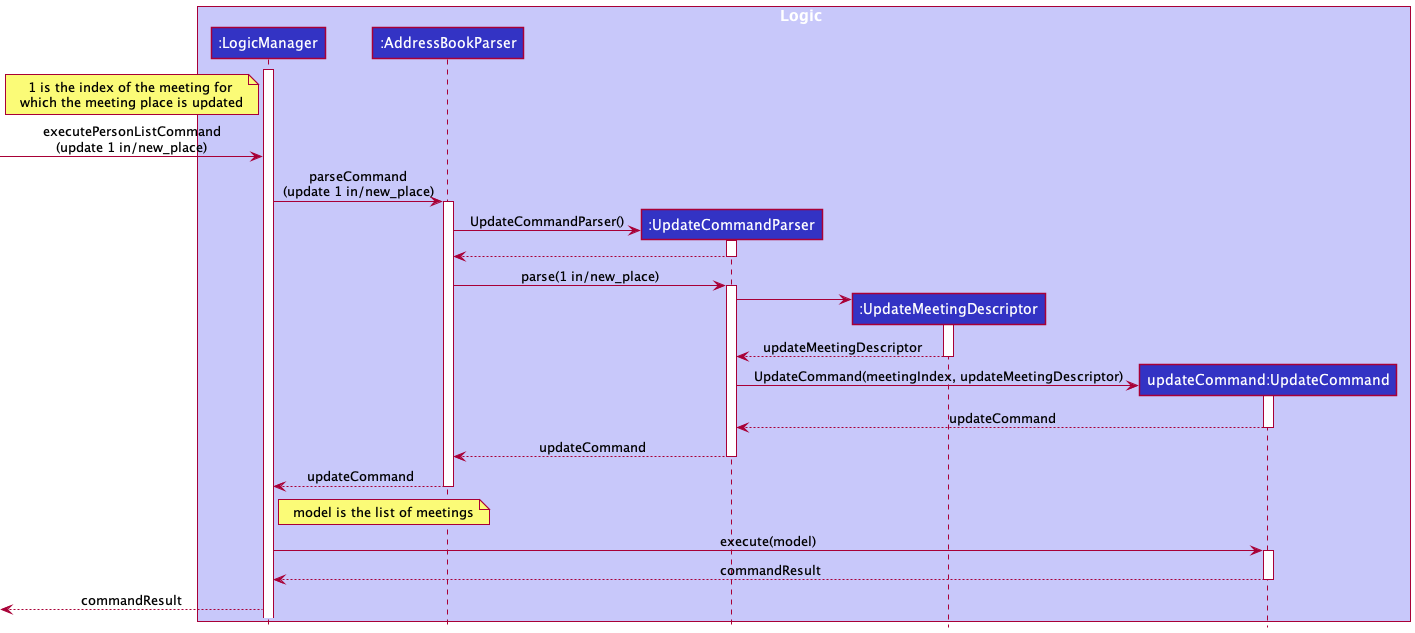
Above: docs/images/UpdateCommandSequenceDiagram.png in tonishka/tp (PlantUML), before the change.
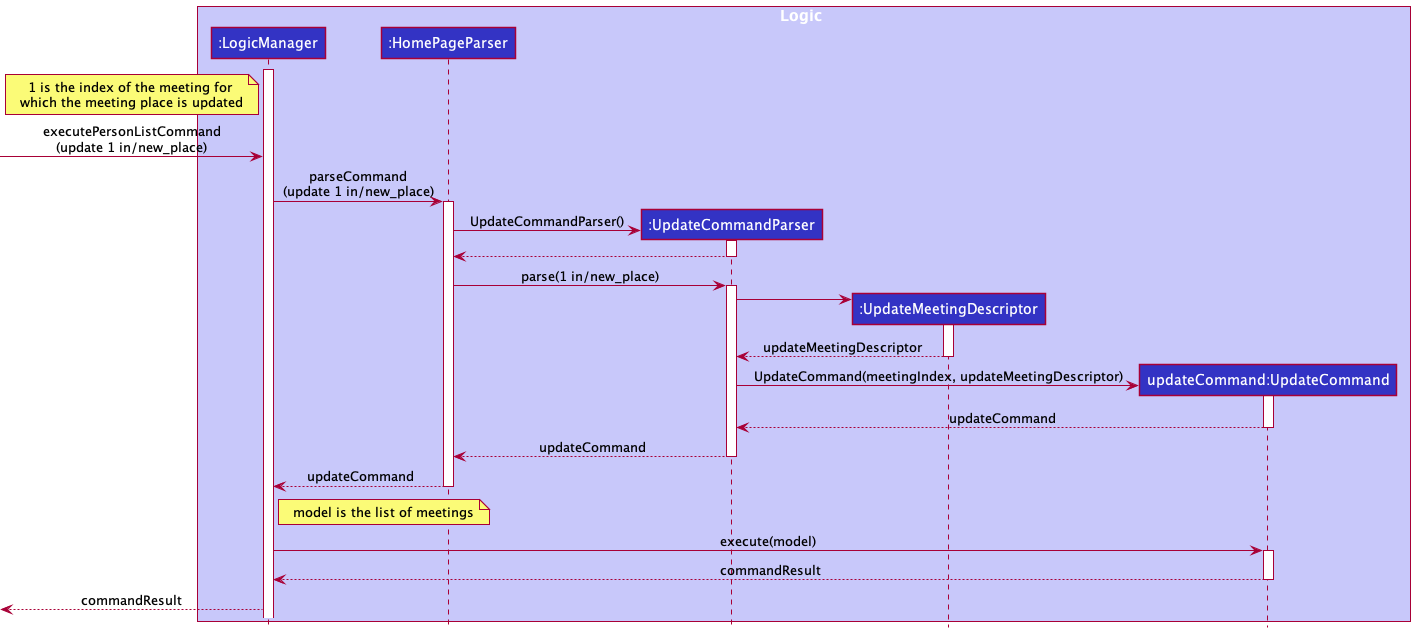
Above is the later version.

Diff of the diagram source:
```diff
@@ -4,7 +4,7 @@
 
 box Logic LOGIC_COLOR_T1
 participant ":LogicManager" as LogicManager LOGIC_COLOR
-participant ":AddressBookParser" as AddressBookParser LOGIC_COLOR
+participant ":HomePageParser" as HomePageParser LOGIC_COLOR
 participant ":UpdateCommandParser" as UpdateCommandParser LOGIC_COLOR
 participant ":UpdateMeetingDescriptor" as UpdateMeetingDescriptor LOGIC_COLOR
 participant "updateCommand:UpdateCommand" as updateCommand LOGIC_COLOR
@@ -15,13 +15,13 @@
 note left of LogicManager: 1 is the index of the meeting for \nwhich the meeting place is updated
 
 -> LogicManager : executePersonListCommand\n(update 1 in/new_place)
-LogicManager -> AddressBookParser : parseCommand\n(update 1 in/new_place)
-activate AddressBookParser
-AddressBookParser -> UpdateCommandParser ** : UpdateCommandParser()
+LogicManager -> HomePageParser : parseCommand\n(update 1 in/new_place)
+activate HomePageParser
+HomePageParser -> UpdateCommandParser ** : UpdateCommandParser()
 activate UpdateCommandParser
-UpdateCommandParser --> AddressBookParser
+UpdateCommandParser --> HomePageParser
 deactivate UpdateCommandParser
-AddressBookParser -> UpdateCommandParser : parse(1 in/new_place)
+HomePageParser -> UpdateCommandParser : parse(1 in/new_place)
 activate UpdateCommandParser
 UpdateCommandParser -> UpdateMeetingDescriptor **
 activate UpdateMeetingDescriptor
@@ -32,10 +32,10 @@
 updateCommand --> UpdateCommandParser :updateCommand
 deactivate updateCommand
 
-UpdateCommandParser --> AddressBookParser : updateCommand
+UpdateCommandParser --> HomePageParser : updateCommand
 deactivate UpdateCommandParser
-AddressBookParser --> LogicManager : updateCommand
-deactivate AddressBookParser
+HomePageParser --> LogicManager : updateCommand
+deactivate HomePageParser
 
 note right of LogicManager : model is the list of meetings
 
```
